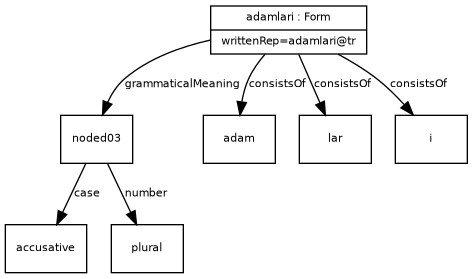
Above: examples/example_14.png in ontolex/morph (Graphviz), before the change. Its source is kept beside it as examples/example_14.dot.
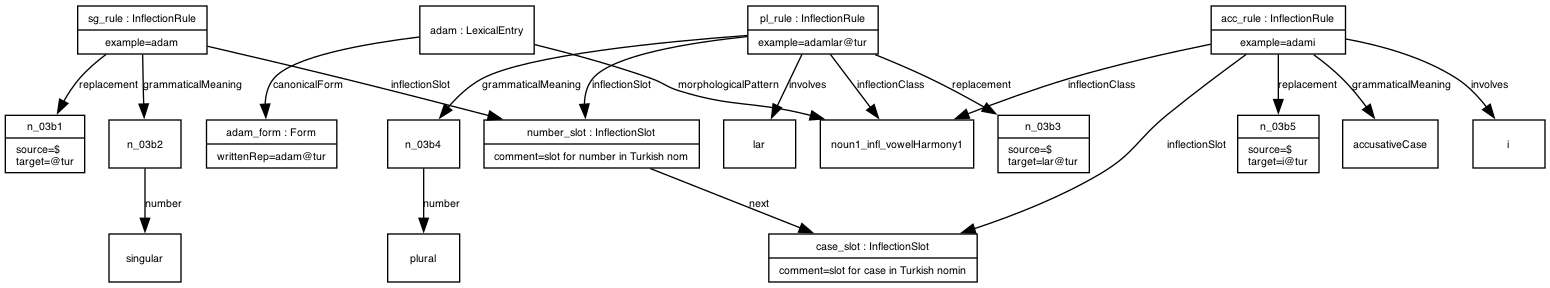
The same diagram one commit later.

What changed in the source:
```diff
@@ -13,17 +13,40 @@
       fontsize = 8
     ]
 
-accusative [ label="{accusative}" ]
-noded03 -> accusative [ label="case" ]
+adam_form [ label="{adam_form : Form|writtenRep=adam@tur}" ]
+adam -> adam_form [ label="canonicalForm" ]
+noun1_infl_vowelHarmony1 [ label="{noun1_infl_vowelHarmony1}" ]
+adam -> noun1_infl_vowelHarmony1 [ label="morphologicalPattern" ]
+adam [ label="{adam : LexicalEntry}" ]
+n_03b1 [ label="{n_03b1|source=$\ltarget=@tur}" ]
+sg_rule -> n_03b1 [ label="replacement" ]
+singular [ label="{singular}" ]
+n_03b2 -> singular [ label="number" ]
+n_03b2 [ label="{n_03b2}" ]
+sg_rule -> n_03b2 [ label="grammaticalMeaning" ]
+case_slot [ label="{case_slot : InflectionSlot|comment=slot for case in Turkish nomin}" ]
+number_slot -> case_slot [ label="next" ]
+number_slot [ label="{number_slot : InflectionSlot|comment=slot for number in Turkish nom}" ]
+sg_rule -> number_slot [ label="inflectionSlot" ]
+sg_rule [ label="{sg_rule : InflectionRule|example=adam}" ]
+n_03b5 [ label="{n_03b5|source=$\ltarget=i@tur}" ]
+acc_rule -> n_03b5 [ label="replacement" ]
+acc_rule -> noun1_infl_vowelHarmony1 [ label="inflectionClass" ]
+accusativeCase [ label="{accusativeCase}" ]
+acc_rule -> accusativeCase [ label="grammaticalMeaning" ]
+i [ label="{i}" ]
+acc_rule -> i [ label="involves" ]
+acc_rule -> case_slot [ label="inflectionSlot" ]
+acc_rule [ label="{acc_rule : InflectionRule|example=adami}" ]
+n_03b3 [ label="{n_03b3|source=$\ltarget=lar@tur}" ]
+pl_rule -> n_03b3 [ label="replacement" ]
+pl_rule -> noun1_infl_vowelHarmony1 [ label="inflectionClass" ]
 plural [ label="{plural}" ]
-noded03 -> plural [ label="number" ]
-noded03 [ label="{noded03}" ]
-adamlari -> noded03 [ label="grammaticalMeaning" ]
-adam [ label="{adam}" ]
-adamlari -> adam [ label="consistsOf" ]
+n_03b4 -> plural [ label="number" ]
+n_03b4 [ label="{n_03b4}" ]
+pl_rule -> n_03b4 [ label="grammaticalMeaning" ]
 lar [ label="{lar}" ]
-adamlari -> lar [ label="consistsOf" ]
-i [ label="{i}" ]
-adamlari -> i [ label="consistsOf" ]
-adamlari [ label="{adamlari : Form|writtenRep=adamlari@tr}" ]
+pl_rule -> lar [ label="involves" ]
+pl_rule -> number_slot [ label="inflectionSlot" ]
+pl_rule [ label="{pl_rule : InflectionRule|example=adamlar@tur}" ]
 }
```
